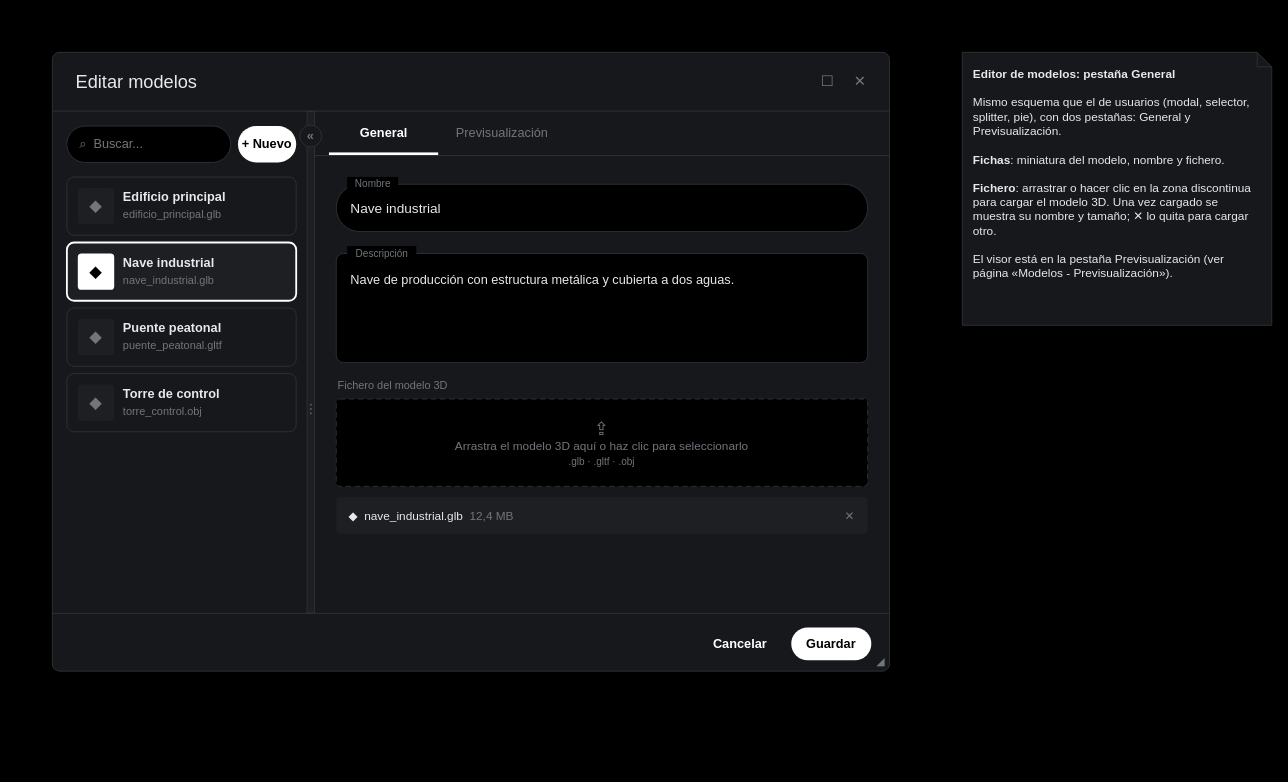
Before: page "Modelos - General" (3 of 9) of Documentation/UI/[Diseño] Cliso.UI - Editor.drawio in Aaron-B-D/Cliso, a draw.io diagram. Source tidied: cells renumbered, new cells numbered last; positions are measured from the earlier drawing's top-left corner, leaving out a move shared by most shapes. Both pictures are drawn from the tidied source at 91%, with x=0, y=0 at pixel (15, 15). Pictures stored in the file or linked from it are replaced by grey dashed boxes.
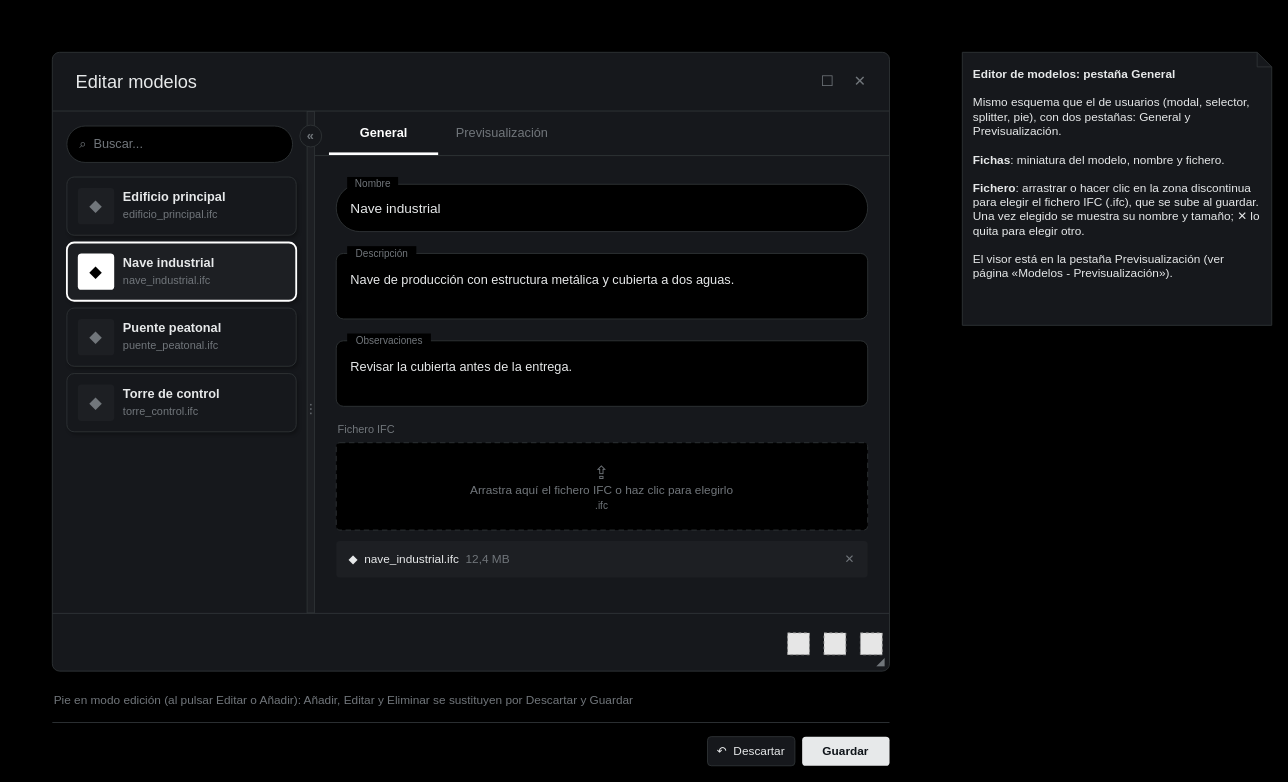
Above is the later version.

Diff of the diagram source:
```diff
@@
     <mxCell id="8" value="⌕&amp;nbsp;&amp;nbsp;Buscar..." style="rounded=1;arcSize=50;whiteSpace=wrap;html=1;fillColor=#000000;strokeColor=#2F3336;align=left;spacingLeft=12;fontSize=14;fontColor=#71767B;" parent="1" vertex="1">
-      <mxGeometry x="56" y="121" width="180" height="40" as="geometry" />
+      <mxGeometry x="56" y="121" width="248" height="40" as="geometry" />
     </mxCell>
-    <mxCell id="9" value="+ Nuevo" style="rounded=1;arcSize=50;whiteSpace=wrap;html=1;fillColor=#FFFFFF;strokeColor=none;fontSize=14;fontStyle=1;fontColor=#000000;" parent="1" vertex="1">
-      <mxGeometry x="244" y="121" width="64" height="40" as="geometry" />
-    </mxCell>
-    <mxCell id="10" style="rounded=1;arcSize=16;absoluteArcSize=1;whiteSpace=wrap;html=1;fillColor=#16181C;strokeColor=#2F3336;" parent="1" vertex="1">
+    <mxCell id="10" style="rounded=1;arcSize=16;absoluteArcSize=1;whiteSpace=wrap;html=1;fillColor=#16181C;strokeColor=#2F3336;shadow=1;" parent="1" vertex="1">
       <mxGeometry x="56" y="177" width="252" height="64" as="geometry" />
     </mxCell>
@@
-    <mxCell id="13" value="edificio_principal.glb" style="text;html=1;align=left;verticalAlign=middle;fontSize=12;fontColor=#71767B;" parent="1" vertex="1">
+    <mxCell id="13" value="edificio_principal.ifc" style="text;html=1;align=left;verticalAlign=middle;fontSize=12;fontColor=#71767B;" parent="1" vertex="1">
       <mxGeometry x="116" y="209" width="180" height="20" as="geometry" />
     </mxCell>
-    <mxCell id="14" style="rounded=1;arcSize=16;absoluteArcSize=1;whiteSpace=wrap;html=1;fillColor=#1D1F23;strokeColor=#FFFFFF;strokeWidth=2;" parent="1" vertex="1">
+    <mxCell id="14" style="rounded=1;arcSize=16;absoluteArcSize=1;whiteSpace=wrap;html=1;fillColor=#1D1F23;strokeColor=#FFFFFF;strokeWidth=2;shadow=1;" parent="1" vertex="1">
       <mxGeometry x="56" y="249" width="252" height="64" as="geometry" />
     </mxCell>
@@
-    <mxCell id="17" value="nave_industrial.glb" style="text;html=1;align=left;verticalAlign=middle;fontSize=12;fontColor=#71767B;" parent="1" vertex="1">
+    <mxCell id="17" value="nave_industrial.ifc" style="text;html=1;align=left;verticalAlign=middle;fontSize=12;fontColor=#71767B;" parent="1" vertex="1">
       <mxGeometry x="116" y="281" width="180" height="20" as="geometry" />
     </mxCell>
-    <mxCell id="18" style="rounded=1;arcSize=16;absoluteArcSize=1;whiteSpace=wrap;html=1;fillColor=#16181C;strokeColor=#2F3336;" parent="1" vertex="1">
+    <mxCell id="18" style="rounded=1;arcSize=16;absoluteArcSize=1;whiteSpace=wrap;html=1;fillColor=#16181C;strokeColor=#2F3336;shadow=1;" parent="1" vertex="1">
       <mxGeometry x="56" y="321" width="252" height="64" as="geometry" />
     </mxCell>
@@
-    <mxCell id="21" value="puente_peatonal.gltf" style="text;html=1;align=left;verticalAlign=middle;fontSize=12;fontColor=#71767B;" parent="1" vertex="1">
+    <mxCell id="21" value="puente_peatonal.ifc" style="text;html=1;align=left;verticalAlign=middle;fontSize=12;fontColor=#71767B;" parent="1" vertex="1">
       <mxGeometry x="116" y="353" width="180" height="20" as="geometry" />
     </mxCell>
-    <mxCell id="22" style="rounded=1;arcSize=16;absoluteArcSize=1;whiteSpace=wrap;html=1;fillColor=#16181C;strokeColor=#2F3336;" parent="1" vertex="1">
+    <mxCell id="22" style="rounded=1;arcSize=16;absoluteArcSize=1;whiteSpace=wrap;html=1;fillColor=#16181C;strokeColor=#2F3336;shadow=1;" parent="1" vertex="1">
       <mxGeometry x="56" y="393" width="252" height="64" as="geometry" />
     </mxCell>
@@
-    <mxCell id="25" value="torre_control.obj" style="text;html=1;align=left;verticalAlign=middle;fontSize=12;fontColor=#71767B;" parent="1" vertex="1">
+    <mxCell id="25" value="torre_control.ifc" style="text;html=1;align=left;verticalAlign=middle;fontSize=12;fontColor=#71767B;" parent="1" vertex="1">
       <mxGeometry x="116" y="425" width="180" height="20" as="geometry" />
     </mxCell>
@@
     <mxCell id="35" value="Nave de producción con estructura metálica y cubierta a dos aguas." style="rounded=1;arcSize=16;absoluteArcSize=1;whiteSpace=wrap;html=1;fillColor=#000000;strokeColor=#2F3336;align=left;verticalAlign=top;spacingLeft=14;spacingRight=14;spacingTop=14;fontSize=14;fontColor=#E7E9EA;" parent="1" vertex="1">
-      <mxGeometry x="352" y="261" width="584" height="120" as="geometry" />
+      <mxGeometry x="352" y="261" width="584" height="72" as="geometry" />
     </mxCell>
@@
+    <mxCell id="46" value="Revisar la cubierta antes de la entrega." style="rounded=1;arcSize=16;absoluteArcSize=1;whiteSpace=wrap;html=1;fillColor=#000000;strokeColor=#2F3336;align=left;verticalAlign=top;spacingLeft=14;spacingRight=14;spacingTop=14;fontSize=14;fontColor=#E7E9EA;" parent="1" vertex="1">
+      <mxGeometry x="352" y="357" width="584" height="72" as="geometry" />
+    </mxCell>
+    <mxCell id="47" value="Observaciones" style="text;html=1;fillColor=#000000;align=center;verticalAlign=middle;fontSize=11;fontColor=#71767B;" parent="1" vertex="1">
+      <mxGeometry x="364" y="349" width="92" height="16" as="geometry" />
+    </mxCell>
-    <mxCell id="37" value="Fichero del modelo 3D" style="text;html=1;align=left;verticalAlign=middle;fontSize=12;fontColor=#71767B;" parent="1" vertex="1">
-      <mxGeometry x="352" y="397" width="584" height="20" as="geometry" />
+    <mxCell id="37" value="Fichero IFC" style="text;html=1;align=left;verticalAlign=middle;fontSize=12;fontColor=#71767B;" parent="1" vertex="1">
+      <mxGeometry x="352" y="445" width="584" height="20" as="geometry" />
     </mxCell>
-    <mxCell id="38" value="&lt;span style=&quot;font-size:20px&quot;&gt;⇪&lt;/span&gt;&lt;br&gt;Arrastra el modelo 3D aquí o haz clic para seleccionarlo&lt;br&gt;&lt;span style=&quot;font-size:11px;color:#71767B&quot;&gt;.glb · .gltf · .obj&lt;/span&gt;" style="rounded=1;arcSize=8;absoluteArcSize=1;whiteSpace=wrap;html=1;fillColor=#000000;strokeColor=#2F3336;dashed=1;dashPattern=6 4;fontSize=13;fontColor=#71767B;" parent="1" vertex="1">
-      <mxGeometry x="352" y="421" width="584" height="96" as="geometry" />
+    <mxCell id="38" value="&lt;span style=&quot;font-size:20px&quot;&gt;⇪&lt;/span&gt;&lt;br&gt;Arrastra aquí el fichero IFC o haz clic para elegirlo&lt;br&gt;&lt;span style=&quot;font-size:11px;color:#71767B&quot;&gt;.ifc&lt;/span&gt;" style="rounded=1;arcSize=8;absoluteArcSize=1;whiteSpace=wrap;html=1;fillColor=#000000;strokeColor=#2F3336;dashed=1;dashPattern=6 4;fontSize=13;fontColor=#71767B;" parent="1" vertex="1">
+      <mxGeometry x="352" y="469" width="584" height="96" as="geometry" />
     </mxCell>
-    <mxCell id="39" value="◆&amp;nbsp;&amp;nbsp;nave_industrial.glb&amp;nbsp;&amp;nbsp;&lt;span style=&quot;color:#71767B&quot;&gt;12,4 MB&lt;/span&gt;" style="rounded=1;arcSize=8;absoluteArcSize=1;whiteSpace=wrap;html=1;fillColor=#1D1F23;strokeColor=none;align=left;spacingLeft=12;fontSize=13;fontColor=#E7E9EA;" parent="1" vertex="1">
-      <mxGeometry x="352" y="529" width="584" height="40" as="geometry" />
+    <mxCell id="39" value="◆&amp;nbsp;&amp;nbsp;nave_industrial.ifc&amp;nbsp;&amp;nbsp;&lt;span style=&quot;color:#71767B&quot;&gt;12,4 MB&lt;/span&gt;" style="rounded=1;arcSize=8;absoluteArcSize=1;whiteSpace=wrap;html=1;fillColor=#1D1F23;strokeColor=none;align=left;spacingLeft=12;fontSize=13;fontColor=#E7E9EA;" parent="1" vertex="1">
+      <mxGeometry x="352" y="577" width="584" height="40" as="geometry" />
     </mxCell>
     <mxCell id="40" value="✕" style="text;html=1;align=center;verticalAlign=middle;fontSize=13;fontColor=#71767B;" parent="1" vertex="1">
-      <mxGeometry x="904" y="537" width="24" height="24" as="geometry" />
+      <mxGeometry x="904" y="585" width="24" height="24" as="geometry" />
     </mxCell>
@@
-    <mxCell id="42" value="Cancelar" style="rounded=1;arcSize=50;whiteSpace=wrap;html=1;fillColor=none;strokeColor=none;fontSize=14;fontStyle=1;fontColor=#FFFFFF;" parent="1" vertex="1">
-      <mxGeometry x="748" y="672" width="96" height="36" as="geometry" />
-    </mxCell>
+    <mxCell id="48" style="fillColor=#E6E6E6;strokeColor=#999999;dashed=1;html=1;" parent="1" vertex="1">
+      <mxGeometry x="848" y="678" width="24" height="24" as="geometry" />
+    </mxCell>
+    <mxCell id="49" style="fillColor=#E6E6E6;strokeColor=#999999;dashed=1;html=1;" parent="1" vertex="1">
+      <mxGeometry x="888" y="678" width="24" height="24" as="geometry" />
+    </mxCell>
+    <mxCell id="50" style="fillColor=#E6E6E6;strokeColor=#999999;dashed=1;html=1;" parent="1" vertex="1">
+      <mxGeometry x="928" y="678" width="24" height="24" as="geometry" />
+    </mxCell>
+    <mxCell id="44" value="◢" style="text;html=1;align=center;verticalAlign=middle;fontSize=12;fontColor=#71767B;" parent="1" vertex="1">
+      <mxGeometry x="942" y="702" width="16" height="16" as="geometry" />
+    </mxCell>
+    <mxCell id="51" value="Pie en modo edición (al pulsar Editar o Añadir): Añadir, Editar y Eliminar se sustituyen por Descartar y Guardar" style="text;html=1;align=left;verticalAlign=middle;fontSize=13;fontColor=#71767B;" parent="1" vertex="1">
+      <mxGeometry x="40" y="740" width="640" height="24" as="geometry" />
+    </mxCell>
+    <mxCell id="52" style="rounded=0;whiteSpace=wrap;html=1;fillColor=#2F3336;strokeColor=none;" parent="1" vertex="1">
+      <mxGeometry x="40" y="776" width="920" height="1" as="geometry" />
+    </mxCell>
+    <mxCell id="53" value="↶&amp;nbsp;&amp;nbsp;Descartar" style="rounded=1;arcSize=8;absoluteArcSize=1;whiteSpace=wrap;html=1;fillColor=#16181C;strokeColor=#2F3336;fontSize=13;fontColor=#E7E9EA;" parent="1" vertex="1">
+      <mxGeometry x="760" y="792" width="96" height="32" as="geometry" />
+    </mxCell>
-    <mxCell id="43" value="Guardar" style="rounded=1;arcSize=50;whiteSpace=wrap;html=1;fillColor=#FFFFFF;strokeColor=none;fontSize=14;fontStyle=1;fontColor=#000000;" parent="1" vertex="1">
-      <mxGeometry x="852" y="672" width="88" height="36" as="geometry" />
+    <mxCell id="43" value="Guardar" style="rounded=1;arcSize=8;absoluteArcSize=1;whiteSpace=wrap;html=1;fillColor=#E7E9EA;strokeColor=none;fontSize=13;fontColor=#0F1419;fontStyle=1;" parent="1" vertex="1">
+      <mxGeometry x="864" y="792" width="96" height="32" as="geometry" />
     </mxCell>
-    <mxCell id="44" value="◢" style="text;html=1;align=center;verticalAlign=middle;fontSize=12;fontColor=#71767B;" parent="1" vertex="1">
-      <mxGeometry x="942" y="702" width="16" height="16" as="geometry" />
-    </mxCell>
-    <mxCell id="45" value="&lt;b&gt;Editor de modelos: pestaña General&lt;/b&gt;&lt;br&gt;&lt;br&gt;Mismo esquema que el de usuarios (modal, selector, splitter, pie), con dos pestañas: General y Previsualización.&lt;br&gt;&lt;br&gt;&lt;b&gt;Fichas&lt;/b&gt;: miniatura del modelo, nombre y fichero.&lt;br&gt;&lt;br&gt;&lt;b&gt;Fichero&lt;/b&gt;: arrastrar o hacer clic en la zona discontinua para cargar el modelo 3D. Una vez cargado se muestra su nombre y tamaño; ✕ lo quita para cargar otro.&lt;br&gt;&lt;br&gt;El visor está en la pestaña Previsualización (ver página «Modelos - Previsualización»)." style="shape=note;size=16;whiteSpace=wrap;html=1;align=left;verticalAlign=top;spacing=12;fontSize=13;fillColor=#16181C;strokeColor=#2F3336;fontColor=#E7E9EA;" parent="1" vertex="1">
+    <mxCell id="45" value="&lt;b&gt;Editor de modelos: pestaña General&lt;/b&gt;&lt;br&gt;&lt;br&gt;Mismo esquema que el de usuarios (modal, selector, splitter, pie), con dos pestañas: General y Previsualización.&lt;br&gt;&lt;br&gt;&lt;b&gt;Fichas&lt;/b&gt;: miniatura del modelo, nombre y fichero.&lt;br&gt;&lt;br&gt;&lt;b&gt;Fichero&lt;/b&gt;: arrastrar o hacer clic en la zona discontinua para elegir el fichero IFC (.ifc), que se sube al guardar. Una vez elegido se muestra su nombre y tamaño; ✕ lo quita para elegir otro.&lt;br&gt;&lt;br&gt;El visor está en la pestaña Previsualización (ver página «Modelos - Previsualización»)." style="shape=note;size=16;whiteSpace=wrap;html=1;align=left;verticalAlign=top;spacing=12;fontSize=13;fillColor=#16181C;strokeColor=#2F3336;fontColor=#E7E9EA;" parent="1" vertex="1">
       <mxGeometry x="1040" y="40" width="340" height="300" as="geometry" />
     </mxCell>
```
